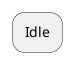
the-real-deal/unibo-iot-didospita keeps this PlantUML diagram as assignments/02-sdh/docs/tasks/blink.png. Above is the earlier version. Source of this version:
```plantuml
@startuml BlinkTask
!pragma layout elk
hide empty description

state "Idle" as idle

@enduml
```
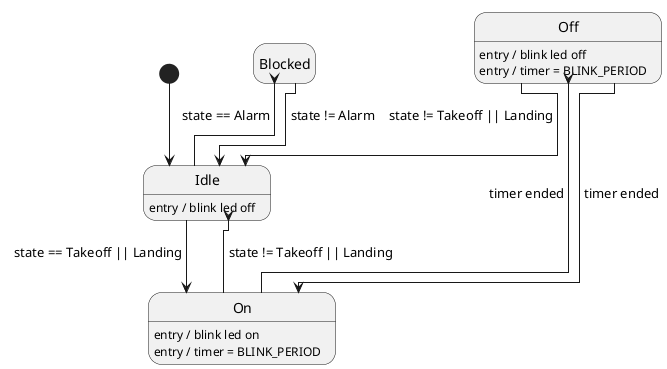
After the change.

The edit, as a diff of the source:
```diff
@@ -2,6 +2,31 @@
 !pragma layout elk
 hide empty description
 
+state start <<start>>
+
 state "Idle" as idle
+idle : entry / blink led off
+
+state "Blocked" as blocked
+
+state "On" as on
+on : entry / blink led on
+on : entry / timer = BLINK_PERIOD
+
+state "Off" as off
+off : entry / blink led off
+off : entry / timer = BLINK_PERIOD
+
+start --> idle
+idle --> on : state == Takeoff || Landing
+
+idle --> blocked : state == Alarm
+blocked --> idle : state != Alarm
+
+on --> off : timer ended
+off --> on : timer ended
+
+on --> idle : state != Takeoff || Landing
+off --> idle : state != Takeoff || Landing
 
 @enduml
```
